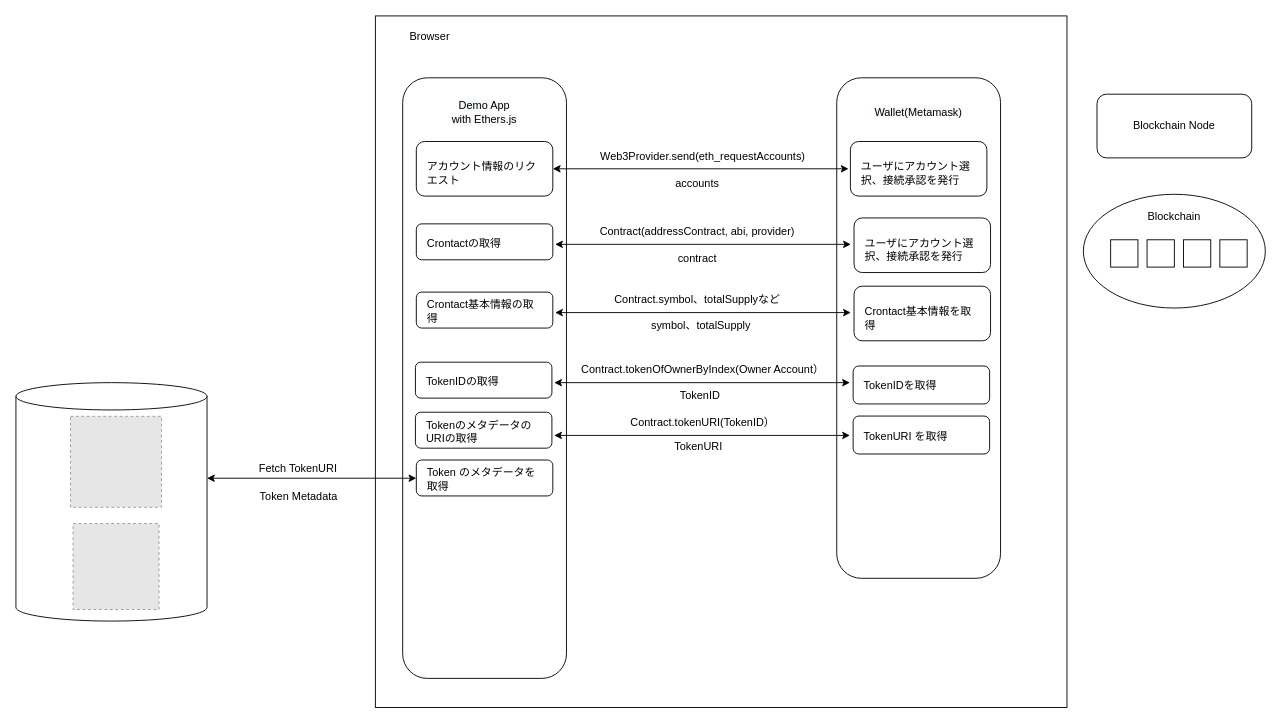
The draw.io diagram page "第 2 页" (2 of 3) of metamaskdemo.drawio in TsuiYolanda/metamask-demo-withethers, before the edit. Source tidied: cells renumbered, new cells numbered last; positions are measured from the earlier drawing's top-left corner, leaving out a move shared by most shapes. Both pictures are drawn from the tidied source at 91%, with x=0, y=0 at pixel (15, 15). Pictures stored in the file or linked from it are replaced by grey dashed boxes.
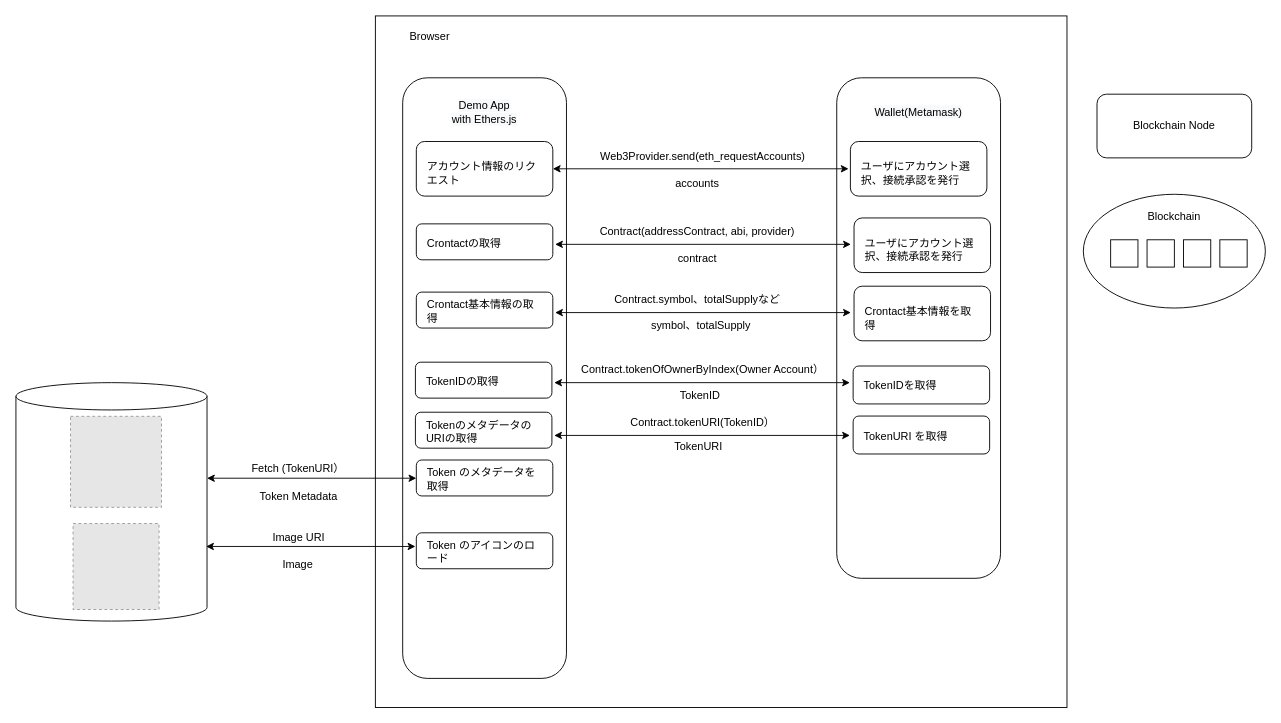
Above is the later version.

The edit, as a diff of the source:
```diff
@@
-    <mxCell id="70" value="Fetch TokenURI&amp;nbsp;" style="text;html=1;strokeColor=none;fillColor=none;align=center;verticalAlign=middle;whiteSpace=wrap;rounded=0;" parent="1" vertex="1">
+    <mxCell id="70" value="Fetch (TokenURI）&amp;nbsp;" style="text;html=1;strokeColor=none;fillColor=none;align=center;verticalAlign=middle;whiteSpace=wrap;rounded=0;" parent="1" vertex="1">
       <mxGeometry x="222" y="483" width="180" height="30" as="geometry" />
     </mxCell>
@@
+    <mxCell id="73" style="group;fontStyle=1;" parent="1" vertex="1">
+      <mxGeometry x="440" y="568" width="150" height="39.5" as="geometry" />
+    </mxCell>
+    <mxCell id="74" style="rounded=1;whiteSpace=wrap;html=1;" parent="73" vertex="1">
+      <mxGeometry width="150" height="39.5" as="geometry" />
+    </mxCell>
+    <mxCell id="75" value="Token のアイコンのロード" style="text;html=1;strokeColor=none;fillColor=none;align=left;verticalAlign=middle;whiteSpace=wrap;rounded=0;" parent="73" vertex="1">
+      <mxGeometry x="10" y="11.2" width="130" height="19.8" as="geometry" />
+    </mxCell>
+    <mxCell id="76" value="&amp;nbsp;Image URI&amp;nbsp;" style="text;html=1;strokeColor=none;fillColor=none;align=center;verticalAlign=middle;whiteSpace=wrap;rounded=0;" parent="1" vertex="1">
+      <mxGeometry x="221" y="558" width="180" height="30" as="geometry" />
+    </mxCell>
+    <mxCell id="77" value="Image" style="text;html=1;strokeColor=none;fillColor=none;align=center;verticalAlign=middle;whiteSpace=wrap;rounded=0;flipV=0;" parent="1" vertex="1">
+      <mxGeometry x="244.5" y="588" width="130" height="30" as="geometry" />
+    </mxCell>
+    <mxCell id="78" style="endArrow=classic;startArrow=classic;html=1;rounded=1;" parent="1" edge="1">
+      <mxGeometry relative="1" as="geometry">
+        <mxPoint x="209" y="583" as="sourcePoint" />
+        <mxPoint x="439" y="583" as="targetPoint" />
+      </mxGeometry>
+    </mxCell>
```
